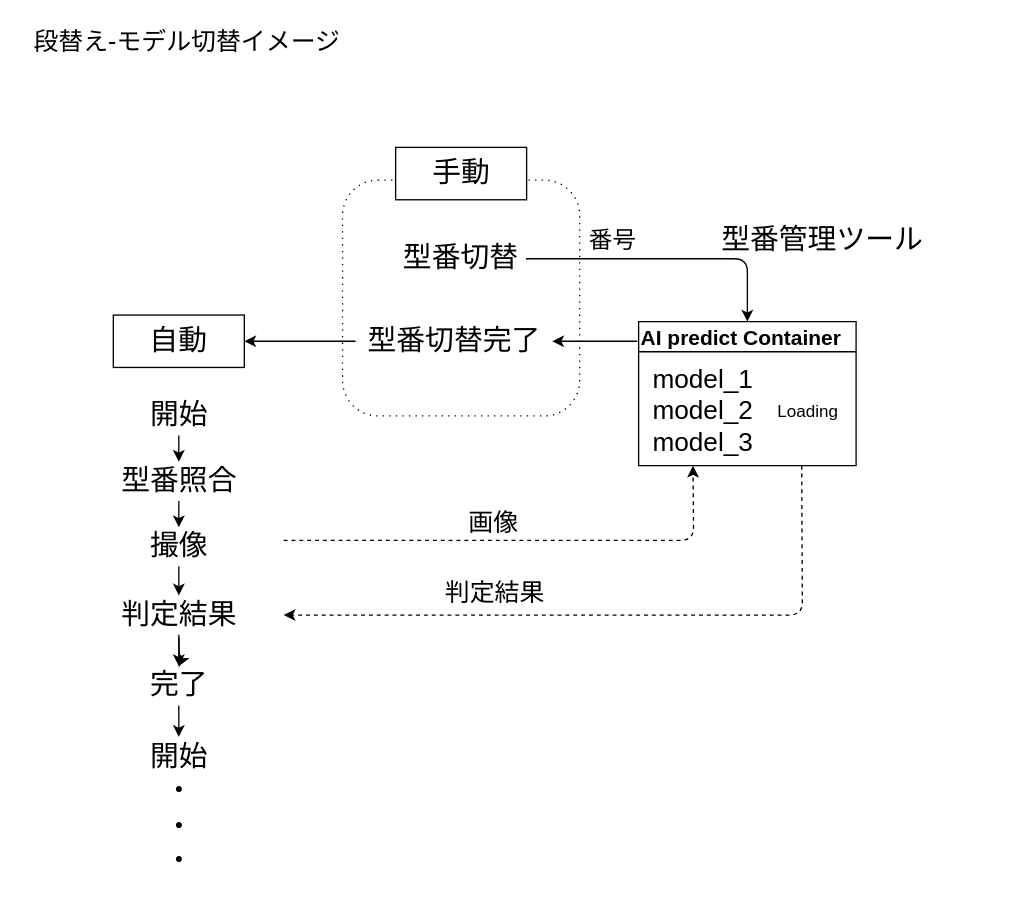
This is images/PLC_writeイメージ.drawio from Flamingo-G/hello-world, a draw.io file, before an edit. Source tidied: cells renumbered, new cells numbered last; positions are measured from the earlier drawing's top-left corner, leaving out a move shared by most shapes. Both pictures are drawn from the tidied source at 131%, with x=0, y=0 at pixel (22, 22).
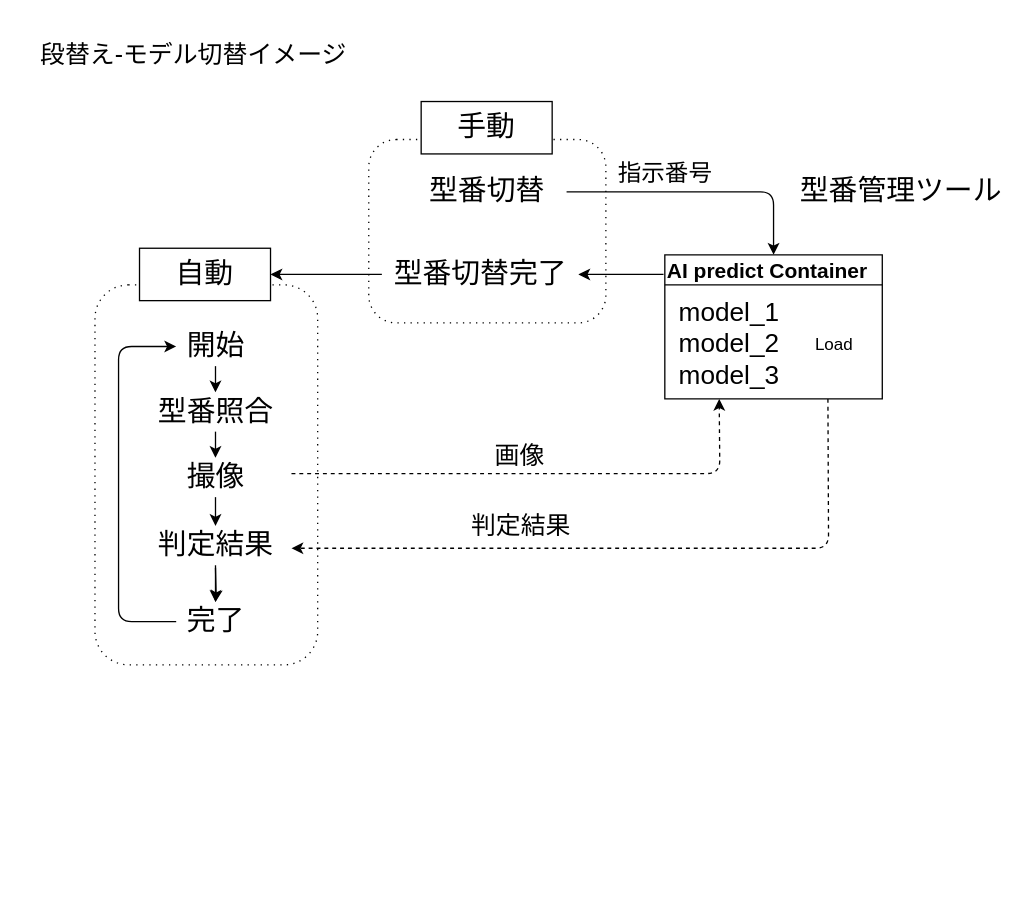
The same diagram, later.

Commit message:
PLC_writeイメージ.drawio を更新します

The edit, as a diff of the source:
```diff
@@
+    <mxCell id="32" style="rounded=1;whiteSpace=wrap;html=1;fontSize=20;align=left;dashed=1;dashPattern=1 4;" parent="1" vertex="1">
+      <mxGeometry x="55" y="200" width="170" height="290" as="geometry" />
+    </mxCell>
     <mxCell id="2" style="rounded=1;whiteSpace=wrap;html=1;fontSize=20;align=left;dashed=1;dashPattern=1 4;" parent="1" vertex="1">
-      <mxGeometry x="244" y="120" width="181" height="180" as="geometry" />
+      <mxGeometry x="264" y="89" width="181" height="140" as="geometry" />
     </mxCell>
     <mxCell id="3" value="手動" style="rounded=0;whiteSpace=wrap;html=1;fontSize=22;" parent="1" vertex="1">
-      <mxGeometry x="284.5" y="95" width="100" height="40" as="geometry" />
+      <mxGeometry x="304" y="60" width="100" height="40" as="geometry" />
     </mxCell>
     <mxCell id="4" value="自動" style="rounded=0;whiteSpace=wrap;html=1;fontSize=22;" parent="1" vertex="1">
-      <mxGeometry x="69" y="223" width="100" height="40" as="geometry" />
+      <mxGeometry x="89" y="172" width="100" height="40" as="geometry" />
     </mxCell>
     <mxCell id="5" value="型番切替" style="text;html=1;align=center;verticalAlign=middle;points=[];strokeColor=none;fontSize=22;" parent="1" vertex="1">
-      <mxGeometry x="284" y="165" width="100" height="30" as="geometry" />
+      <mxGeometry x="304" y="114" width="100" height="30" as="geometry" />
     </mxCell>
     <mxCell id="6" value="開始" style="text;html=1;align=center;verticalAlign=middle;points=[];strokeColor=none;fontSize=22;" parent="1" vertex="1">
-      <mxGeometry x="89" y="285" width="60" height="30" as="geometry" />
+      <mxGeometry x="117" y="232" width="60" height="30" as="geometry" />
     </mxCell>
     <mxCell id="7" value="型番照合" style="text;html=1;align=center;verticalAlign=middle;points=[];strokeColor=none;fontSize=22;" parent="1" vertex="1">
-      <mxGeometry x="69" y="335" width="100" height="30" as="geometry" />
+      <mxGeometry x="97" y="282" width="100" height="30" as="geometry" />
     </mxCell>
     <mxCell id="8" value="撮像" style="text;html=1;align=center;verticalAlign=middle;points=[];strokeColor=none;fontSize=22;" parent="1" vertex="1">
-      <mxGeometry x="89" y="385" width="60" height="30" as="geometry" />
+      <mxGeometry x="117" y="332" width="60" height="30" as="geometry" />
     </mxCell>
     <mxCell id="9" value="完了" style="text;html=1;align=center;verticalAlign=middle;points=[];strokeColor=none;fontSize=22;" parent="1" vertex="1">
-      <mxGeometry x="89" y="491" width="60" height="30" as="geometry" />
+      <mxGeometry x="117" y="442" width="60" height="30" as="geometry" />
     </mxCell>
@@
     <mxCell id="13" value="型番切替完了" style="text;html=1;align=center;verticalAlign=middle;points=[];strokeColor=none;fontSize=22;" parent="1" vertex="1">
-      <mxGeometry x="254" y="228" width="150" height="30" as="geometry" />
+      <mxGeometry x="274" y="177" width="150" height="30" as="geometry" />
     </mxCell>
-    <mxCell id="14" style="endArrow=classic;html=1;fontSize=22;entryX=0.5;entryY=0;entryDx=0;entryDy=0;" parent="1" edge="1" source="5" target="19">
+    <mxCell id="14" style="endArrow=classic;html=1;fontSize=22;entryX=0.5;entryY=0;entryDx=0;entryDy=0;" parent="1" edge="1" target="19">
       <mxGeometry relative="1" as="geometry">
+        <mxPoint x="415" y="129" as="sourcePoint" />
         <Array as="points">
-          <mxPoint x="553" y="180" />
+          <mxPoint x="573" y="129" />
         </Array>
       </mxGeometry>
     </mxCell>
-    <mxCell id="15" value="番号" style="text;html=1;align=center;verticalAlign=middle;strokeColor=none;fontSize=18;" parent="1" vertex="1">
-      <mxGeometry x="425" y="151" width="50" height="30" as="geometry" />
+    <mxCell id="15" value="指示番号" style="text;html=1;align=center;verticalAlign=middle;strokeColor=none;fontSize=18;" parent="1" vertex="1">
+      <mxGeometry x="445" y="100" width="90" height="30" as="geometry" />
     </mxCell>
     <mxCell id="16" style="edgeStyle=orthogonalEdgeStyle;rounded=0;jettySize=auto;html=1;fontSize=16;" parent="1" edge="1" target="9">
       <mxGeometry relative="1" as="geometry">
-        <mxPoint x="119" y="469" as="sourcePoint" />
+        <mxPoint x="147" y="416" as="sourcePoint" />
       </mxGeometry>
     </mxCell>
     <mxCell id="17" value="判定結果" style="text;html=1;align=center;verticalAlign=middle;points=[];strokeColor=none;fontSize=22;" parent="1" vertex="1">
-      <mxGeometry x="69" y="437" width="100" height="30" as="geometry" />
+      <mxGeometry x="97" y="384" width="100" height="30" as="geometry" />
     </mxCell>
@@
     <mxCell id="19" value="AI predict Container" style="swimlane;fontSize=16;align=left;" parent="1" vertex="1">
-      <mxGeometry x="470" y="228" width="166" height="110" as="geometry" />
+      <mxGeometry x="490" y="177" width="166" height="110" as="geometry" />
     </mxCell>
@@
-    <mxCell id="21" value="Loading" style="text;html=1;align=center;verticalAlign=middle;strokeColor=none;fontSize=13;" parent="19" vertex="1">
-      <mxGeometry x="99" y="58" width="60" height="20" as="geometry" />
+    <mxCell id="21" value="Load" style="text;html=1;align=center;verticalAlign=middle;strokeColor=none;fontSize=13;" parent="19" vertex="1">
+      <mxGeometry x="109" y="58" width="40" height="20" as="geometry" />
     </mxCell>
     <mxCell id="22" style="endArrow=classic;html=1;fontSize=22;" parent="1" edge="1" target="13">
       <mxGeometry relative="1" as="geometry">
-        <mxPoint x="469" y="243" as="sourcePoint" />
+        <mxPoint x="489" y="192" as="sourcePoint" />
       </mxGeometry>
     </mxCell>
@@
     <mxCell id="24" style="endArrow=classic;html=1;fontSize=22;dashed=1;exitX=0.75;exitY=1;exitDx=0;exitDy=0;" parent="1" edge="1" source="19">
       <mxGeometry relative="1" as="geometry">
-        <mxPoint x="199" y="452" as="targetPoint" />
+        <mxPoint x="205" y="401" as="targetPoint" />
         <Array as="points">
-          <mxPoint x="595" y="452" />
+          <mxPoint x="615" y="401" />
         </Array>
       </mxGeometry>
     </mxCell>
-    <mxCell id="25" value="開始&lt;br&gt;・&lt;br&gt;・&lt;br&gt;・" style="text;html=1;align=center;verticalAlign=middle;points=[];strokeColor=none;fontSize=22;" parent="1" vertex="1">
-      <mxGeometry x="89" y="545" width="60" height="110" as="geometry" />
-    </mxCell>
-    <mxCell id="26" style="endArrow=classic;html=1;fontSize=22;" parent="1" edge="1" source="9" target="25">
-      <mxGeometry relative="1" as="geometry" />
-    </mxCell>
     <mxCell id="27" value="画像" style="text;html=1;align=center;verticalAlign=middle;strokeColor=none;fontSize=19;" parent="1" vertex="1">
-      <mxGeometry x="334" y="367" width="50" height="30" as="geometry" />
+      <mxGeometry x="354" y="316" width="50" height="30" as="geometry" />
     </mxCell>
     <mxCell id="28" style="endArrow=classic;html=1;fontSize=22;dashed=1;entryX=0.25;entryY=1;entryDx=0;entryDy=0;" parent="1" edge="1" target="19">
       <mxGeometry relative="1" as="geometry">
-        <mxPoint x="199" y="395" as="sourcePoint" />
+        <mxPoint x="205" y="344" as="sourcePoint" />
         <Array as="points">
-          <mxPoint x="319" y="395" />
-          <mxPoint x="512" y="395" />
+          <mxPoint x="339" y="344" />
+          <mxPoint x="532" y="344" />
         </Array>
       </mxGeometry>
     </mxCell>
     <mxCell id="29" value="判定結果" style="text;html=1;align=center;verticalAlign=middle;strokeColor=none;fontSize=19;" parent="1" vertex="1">
-      <mxGeometry x="315" y="421" width="90" height="30" as="geometry" />
+      <mxGeometry x="335" y="370" width="90" height="30" as="geometry" />
     </mxCell>
     <mxCell id="30" value="段替え-モデル切替イメージ" style="text;html=1;align=center;verticalAlign=middle;strokeColor=none;fontSize=19;" parent="1" vertex="1">
-      <mxGeometry width="250" height="30" as="geometry" />
+      <mxGeometry x="5" y="10" width="250" height="30" as="geometry" />
     </mxCell>
     <mxCell id="31" value="型番管理ツール" style="text;html=1;align=center;verticalAlign=middle;strokeColor=none;fontSize=22;" parent="1" vertex="1">
-      <mxGeometry x="525" y="151" width="170" height="30" as="geometry" />
+      <mxGeometry x="585" y="114" width="170" height="30" as="geometry" />
     </mxCell>
+    <mxCell id="33" style="endArrow=classic;html=1;" parent="1" edge="1" source="9" target="6">
+      <mxGeometry relative="1" as="geometry">
+        <Array as="points">
+          <mxPoint x="73" y="457" />
+          <mxPoint x="73" y="247" />
+        </Array>
+      </mxGeometry>
+    </mxCell>
```
